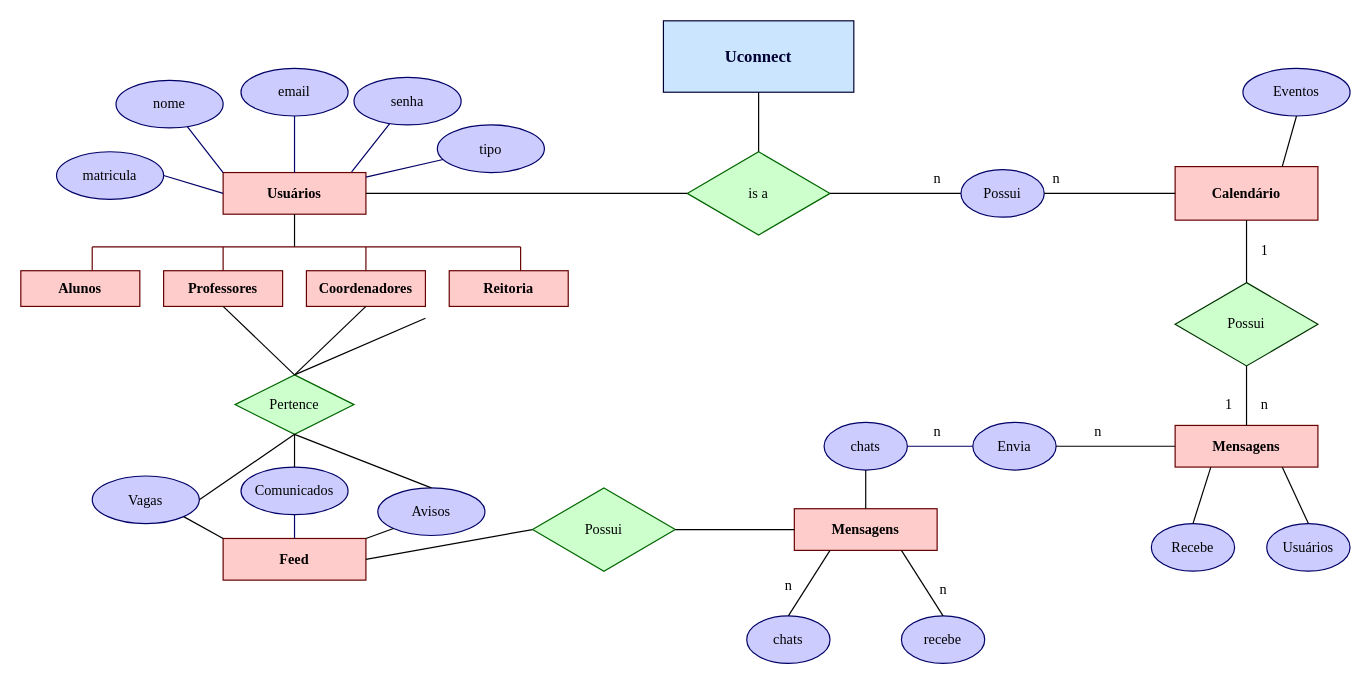
Earlier version of the draw.io diagram DERUconnect.drawio (Onalucrehr/DERUconnect). Source tidied: cells renumbered, new cells numbered last; positions are measured from the earlier drawing's top-left corner, leaving out a move shared by most shapes. Both pictures are drawn from the tidied source at 119%, with x=0, y=0 at pixel (20, 20).
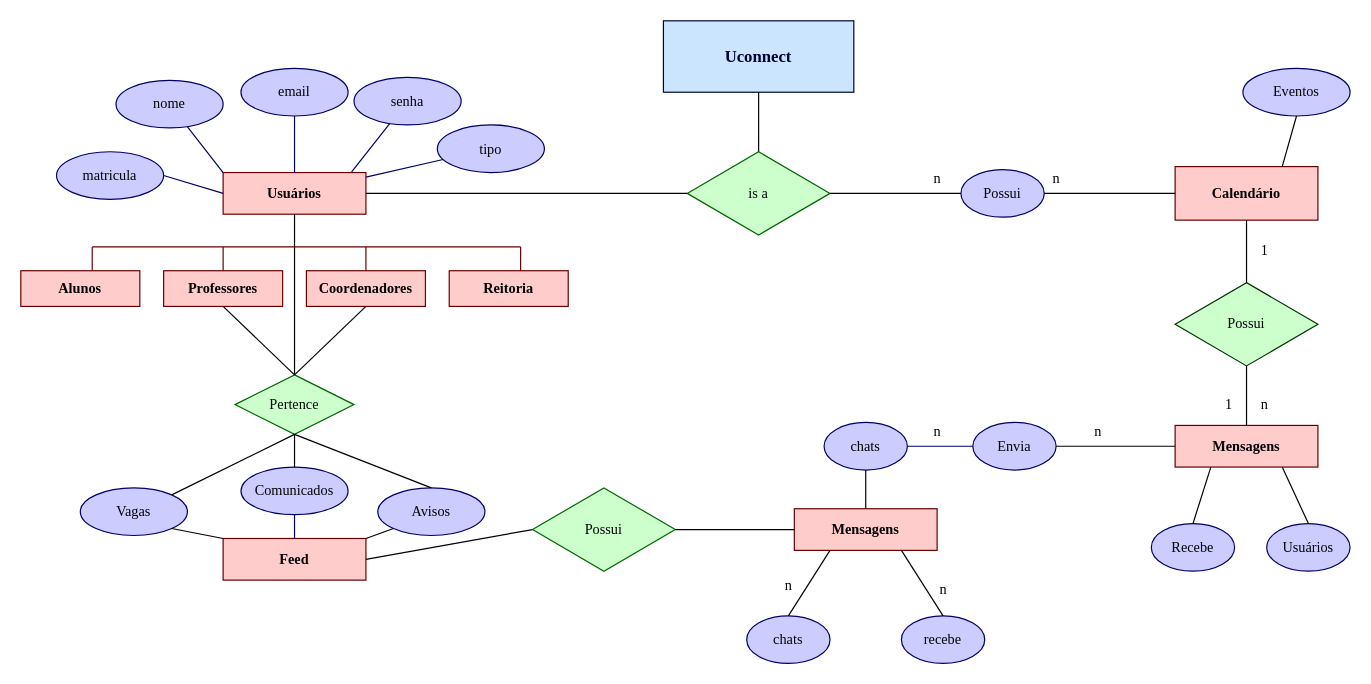
The same diagram, later.

The change refers to these unchanged cells:
```xml
<mxCell id="5" value="Usuários" style="rounded=0;whiteSpace=wrap;html=1;fillColor=#FFCCCC;strokeColor=#660000;fontFamily=Times New Roman;fontStyle=1;" parent="1" vertex="1">
  <mxGeometry x="170" y="127.5" width="120" height="35" as="geometry" />
</mxCell>
<mxCell id="69" value="Pertence" style="rhombus;whiteSpace=wrap;html=1;fillColor=#CCFFCC;strokeColor=#006600;fontFamily=Times New Roman;fontStyle=0;" parent="1" vertex="1">
  <mxGeometry x="180" y="297.5" width="100" height="50" as="geometry" />
</mxCell>
```

What changed in the source:
```diff
@@
-    <mxCell id="21" style="endArrow=none;html=1;rounded=0;entryX=0.5;entryY=1;entryDx=0;entryDy=0;fontFamily=Times New Roman;fontStyle=0;" parent="1" edge="1" target="5">
-      <mxGeometry relative="1" as="geometry">
-        <mxPoint x="230" y="190" as="sourcePoint" />
-      </mxGeometry>
+    <mxCell id="21" style="endArrow=none;html=1;rounded=0;entryX=0.5;entryY=1;entryDx=0;entryDy=0;fontFamily=Times New Roman;fontStyle=0;exitX=0.5;exitY=0;exitDx=0;exitDy=0;" parent="1" edge="1" source="69" target="5">
+      <mxGeometry relative="1" as="geometry" />
     </mxCell>
@@
     <mxCell id="35" value="Vagas" style="ellipse;whiteSpace=wrap;html=1;fillColor=#CCCCFF;strokeColor=#000066;fontFamily=Times New Roman;fontStyle=0;" parent="1" vertex="1">
-      <mxGeometry x="60" y="382.5" width="90" height="40" as="geometry" />
+      <mxGeometry x="50" y="392.5" width="90" height="40" as="geometry" />
     </mxCell>
@@
-    <mxCell id="76" style="endArrow=none;html=1;rounded=0;exitX=1;exitY=0.5;exitDx=0;exitDy=0;entryX=0.5;entryY=1;entryDx=0;entryDy=0;" parent="1" edge="1" source="35" target="69">
+    <mxCell id="76" style="endArrow=none;html=1;rounded=0;exitX=1;exitY=0;exitDx=0;exitDy=0;entryX=0.5;entryY=1;entryDx=0;entryDy=0;" parent="1" edge="1" source="35" target="69">
       <mxGeometry relative="1" as="geometry" />
     </mxCell>
-    <mxCell id="77" style="endArrow=none;html=1;rounded=0;exitX=0.5;exitY=0;exitDx=0;exitDy=0;" parent="1" edge="1" source="69">
-      <mxGeometry relative="1" as="geometry">
-        <mxPoint x="340" y="250" as="targetPoint" />
-      </mxGeometry>
-    </mxCell>
```
